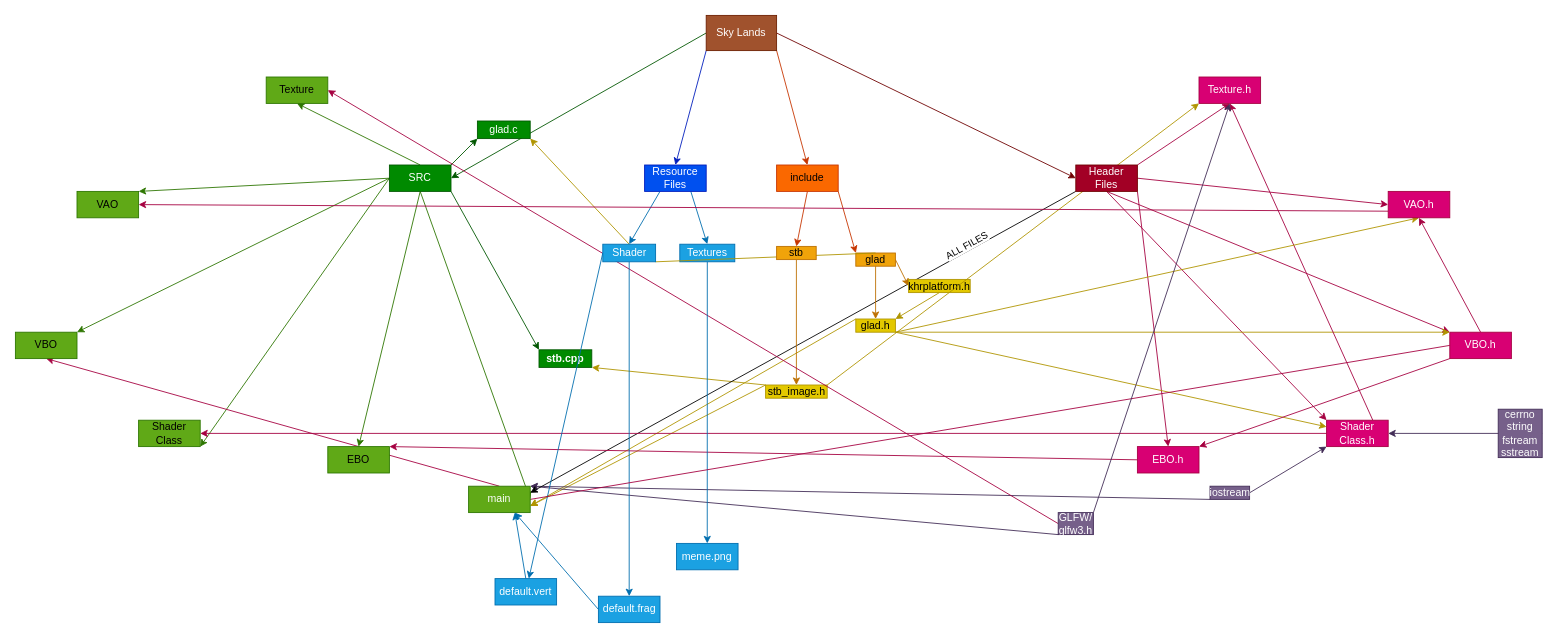
Earlier version of the draw.io diagram SKY-t5/build.drawio (Flysteal/Flysteal). Source tidied: cells renumbered, new cells numbered last; positions are measured from the earlier drawing's top-left corner, leaving out a move shared by most shapes. Both pictures are drawn from the tidied source at 88%, with x=0, y=0 at pixel (15, 15).
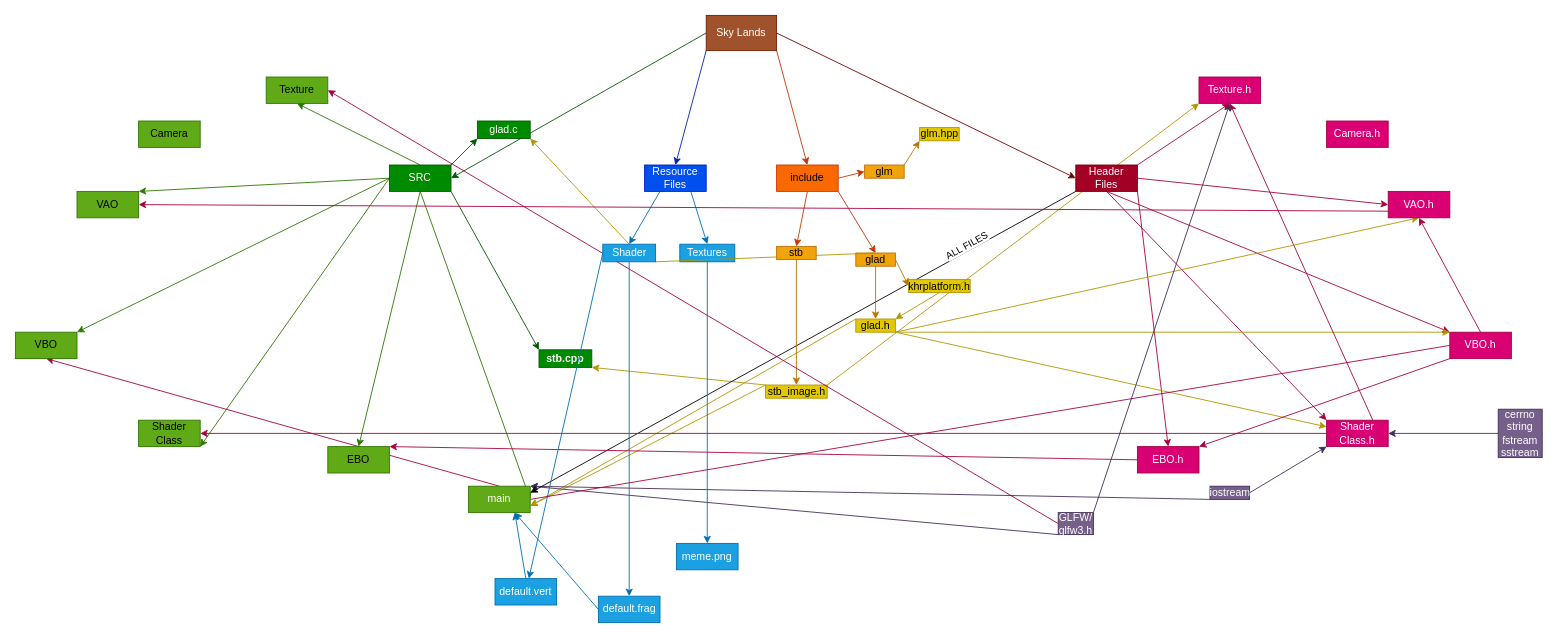
Above is the later version.

Unchanged cells that the change refers to:
```xml
<mxCell id="40" value="glad" style="rounded=0;whiteSpace=wrap;html=1;labelBackgroundColor=none;fontSize=12;fillColor=#f0a30a;fontColor=#000000;strokeColor=#BD7000;" parent="1" vertex="1">
  <mxGeometry x="955" y="270" width="45" height="15" as="geometry" />
</mxCell>
<mxCell id="74" value="&lt;span style=&quot;font-size: 12px;&quot;&gt;include&lt;/span&gt;" style="rounded=0;whiteSpace=wrap;html=1;labelBackgroundColor=none;fontSize=10;fillColor=#fa6800;fontColor=#000000;strokeColor=#C73500;" parent="1" vertex="1">
  <mxGeometry x="865" y="170" width="70" height="30" as="geometry" />
</mxCell>
```

The edit, as a diff of the source:
```diff
@@
-    <mxCell id="27" style="edgeStyle=none;html=1;exitX=1;exitY=1;exitDx=0;exitDy=0;entryX=0;entryY=0;entryDx=0;entryDy=0;fontSize=12;fillColor=#fa6800;strokeColor=#C73500;" parent="1" edge="1" source="74" target="40">
+    <mxCell id="27" style="edgeStyle=none;html=1;exitX=1;exitY=1;exitDx=0;exitDy=0;entryX=0.5;entryY=0;entryDx=0;entryDy=0;fontSize=12;fillColor=#fa6800;strokeColor=#C73500;" parent="1" edge="1" source="74" target="40">
       <mxGeometry relative="1" as="geometry" />
     </mxCell>
@@
+    <mxCell id="88" value="&lt;span style=&quot;font-size: 12px;&quot;&gt;Camera.h&lt;/span&gt;" style="rounded=0;whiteSpace=wrap;html=1;labelBackgroundColor=none;fontSize=10;fillColor=#d80073;strokeColor=#A50040;fontColor=#ffffff;" parent="1" vertex="1">
+      <mxGeometry x="1490" y="120" width="70" height="30" as="geometry" />
+    </mxCell>
+    <mxCell id="89" value="&lt;span style=&quot;font-size: 12px;&quot;&gt;Camera&lt;/span&gt;" style="rounded=0;whiteSpace=wrap;html=1;labelBackgroundColor=none;fontSize=10;fillColor=#60a917;strokeColor=#2D7600;" parent="1" vertex="1">
+      <mxGeometry x="140" y="120" width="70" height="30" as="geometry" />
+    </mxCell>
+    <mxCell id="90" value="glm" style="rounded=0;whiteSpace=wrap;html=1;labelBackgroundColor=none;fontSize=12;fillColor=#f0a30a;fontColor=#000000;strokeColor=#BD7000;" parent="1" vertex="1">
+      <mxGeometry x="965" y="170" width="45" height="15" as="geometry" />
+    </mxCell>
+    <mxCell id="91" style="edgeStyle=none;html=1;exitX=1;exitY=0.5;exitDx=0;exitDy=0;entryX=0;entryY=0.5;entryDx=0;entryDy=0;fontSize=12;fillColor=#fa6800;strokeColor=#C73500;" parent="1" edge="1" source="74" target="90">
+      <mxGeometry relative="1" as="geometry" />
+    </mxCell>
+    <mxCell id="92" value="glm.hpp" style="rounded=0;whiteSpace=wrap;html=1;labelBackgroundColor=none;fontSize=12;fillColor=#e3c800;fontColor=#000000;strokeColor=#B09500;" parent="1" vertex="1">
+      <mxGeometry x="1027.5" y="127.5" width="45" height="15" as="geometry" />
+    </mxCell>
+    <mxCell id="93" style="edgeStyle=none;html=1;exitX=1;exitY=0;exitDx=0;exitDy=0;entryX=0;entryY=1;entryDx=0;entryDy=0;fontSize=12;fillColor=#f0a30a;strokeColor=#BD7000;" parent="1" edge="1" source="90" target="92">
+      <mxGeometry relative="1" as="geometry" />
+    </mxCell>
```
